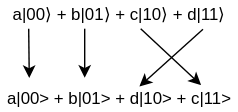
The draw.io diagram images/lec-cnot1.drawio.svg in herumi/lecture-crypto, before a commit. Source tidied: cells renumbered, new cells last; positions are measured from the earlier drawing's top-left corner, leaving out a move shared by most shapes.
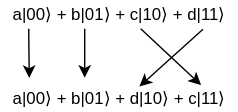
The same diagram one commit later.

What changed in the source:
```diff
@@ -5,12 +5,10 @@
     <mxCell id="2" value="a|00⟩ + b|01⟩ + c|10⟩ + d|11⟩" style="text;html=1;align=center;verticalAlign=middle;whiteSpace=wrap;rounded=0;" parent="1" vertex="1">
       <mxGeometry width="170" height="20" as="geometry" />
     </mxCell>
-    <mxCell id="3" value="a|00&amp;gt; + b|01&amp;gt; + d|10&amp;gt; + c|11&amp;gt;" style="text;html=1;align=center;verticalAlign=middle;whiteSpace=wrap;rounded=0;" parent="1" vertex="1">
-      <mxGeometry y="60" width="170" height="20" as="geometry" />
-    </mxCell>
-    <mxCell id="4" style="endArrow=classic;html=1;entryX=0.12;entryY=-0.241;entryDx=0;entryDy=0;entryPerimeter=0;" parent="1" edge="1" target="3">
+    <mxCell id="4" style="endArrow=classic;html=1;entryX=0.12;entryY=-0.241;entryDx=0;entryDy=0;entryPerimeter=0;" parent="1" edge="1">
       <mxGeometry relative="1" as="geometry">
         <mxPoint x="20" y="20" as="sourcePoint" />
+        <mxPoint x="20.4" y="55.2" as="targetPoint" />
       </mxGeometry>
     </mxCell>
     <mxCell id="5" style="endArrow=classic;html=1;entryX=0.12;entryY=-0.241;entryDx=0;entryDy=0;entryPerimeter=0;" parent="1" edge="1">
@@ -19,13 +17,19 @@
         <mxPoint x="60" y="55" as="targetPoint" />
       </mxGeometry>
     </mxCell>
-    <mxCell id="6" style="endArrow=classic;html=1;entryX=0.842;entryY=0.014;entryDx=0;entryDy=0;entryPerimeter=0;" parent="1" edge="1" target="3">
+    <mxCell id="6" style="endArrow=classic;html=1;entryX=0.842;entryY=0.014;entryDx=0;entryDy=0;entryPerimeter=0;" parent="1" edge="1">
       <mxGeometry relative="1" as="geometry">
         <mxPoint x="100" y="20" as="sourcePoint" />
+        <mxPoint x="143.1" y="60.3" as="targetPoint" />
       </mxGeometry>
     </mxCell>
-    <mxCell id="7" style="endArrow=classic;html=1;exitX=0.85;exitY=1.023;exitDx=0;exitDy=0;exitPerimeter=0;entryX=0.583;entryY=0.06;entryDx=0;entryDy=0;entryPerimeter=0;" parent="1" edge="1" source="2" target="3">
-      <mxGeometry relative="1" as="geometry" />
+    <mxCell id="7" style="endArrow=classic;html=1;exitX=0.85;exitY=1.023;exitDx=0;exitDy=0;exitPerimeter=0;entryX=0.583;entryY=0.06;entryDx=0;entryDy=0;entryPerimeter=0;" parent="1" edge="1" source="2">
+      <mxGeometry relative="1" as="geometry">
+        <mxPoint x="99.1" y="61.2" as="targetPoint" />
+      </mxGeometry>
     </mxCell>
+    <mxCell id="8" value="a|00⟩ + b|01⟩ + d|10⟩ + c|11⟩" style="text;html=1;align=center;verticalAlign=middle;whiteSpace=wrap;rounded=0;" parent="1" vertex="1">
+      <mxGeometry y="60" width="170" height="20" as="geometry" />
+    </mxCell>
   </root>
 </mxGraphModel>
```
